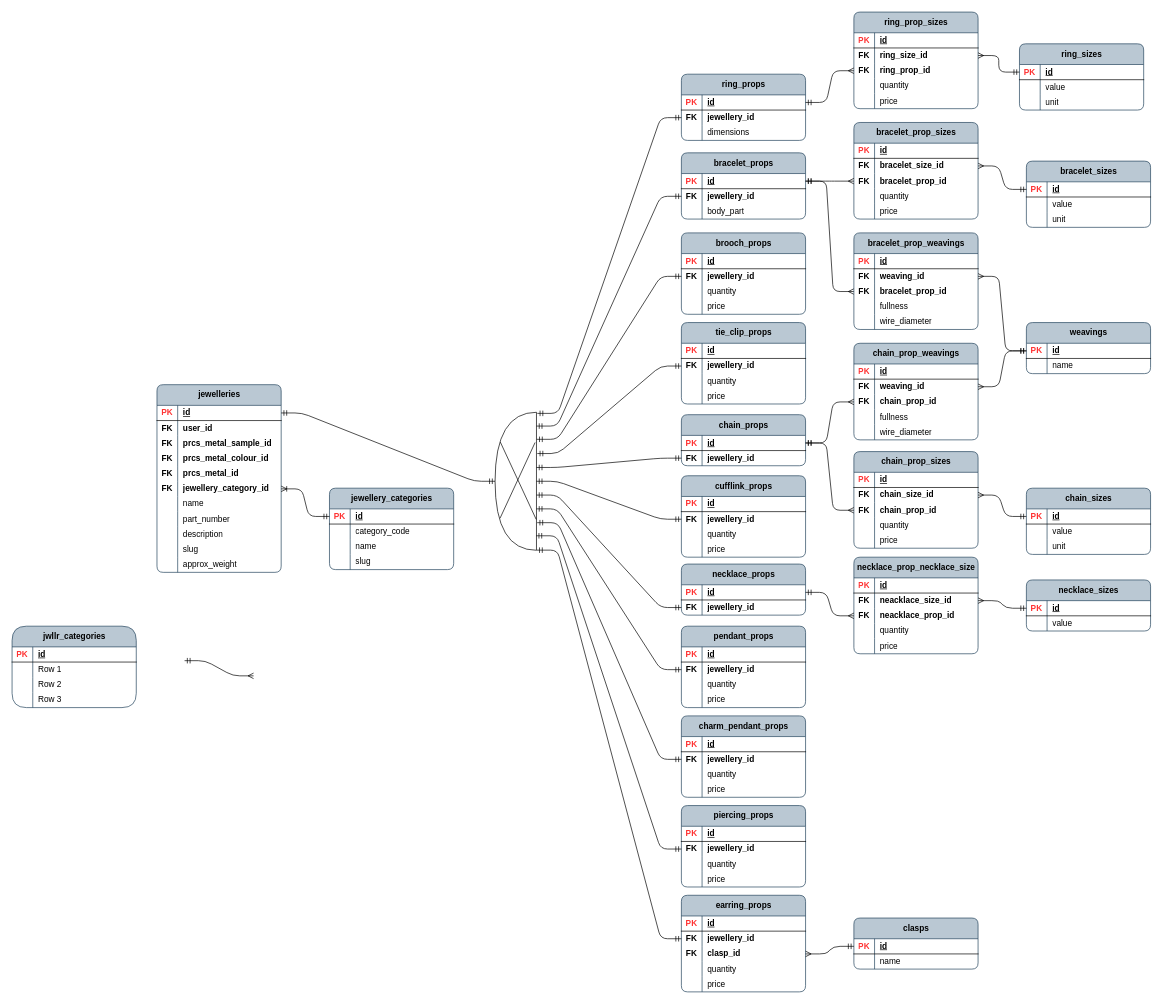
Before: page "categories" (6 of 6) of jewellery_items.drawio in acwstudio/app-ben-brumm, a draw.io diagram. Source tidied: cells renumbered, new cells numbered last; positions are measured from the earlier drawing's top-left corner, leaving out a move shared by most shapes. Both pictures are drawn from the tidied source at 69%, with x=0, y=0 at pixel (12, 12).
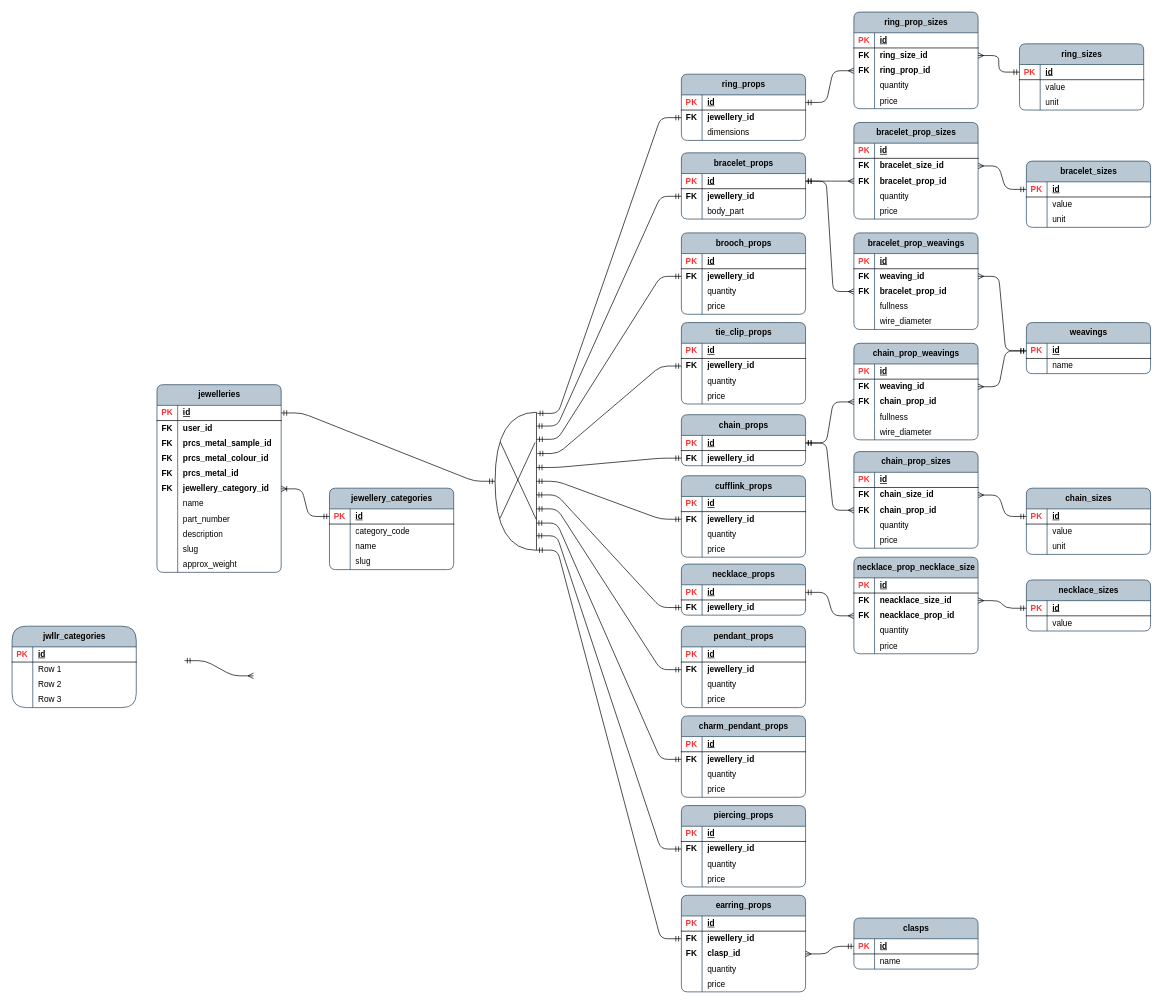
Above is the later version.

Unchanged cells that the change refers to:
```xml
<mxCell id="63" style="shape=or;whiteSpace=wrap;html=1;fillColor=none;direction=west;" parent="1" vertex="1">
  <mxGeometry x="700" y="580" width="60" height="200" as="geometry" />
</mxCell>
<mxCell id="271" style="shape=tableRow;horizontal=0;startSize=0;swimlaneHead=0;swimlaneBody=0;fillColor=none;points=[[0,0.5],[1,0.5]];portConstraint=eastwest;top=0;left=0;right=0;bottom=0;rounded=0;" parent="267" vertex="1">
  <mxGeometry y="52" width="180" height="22" as="geometry" />
</mxCell>
<mxCell id="346" style="shape=tableRow;horizontal=0;startSize=0;swimlaneHead=0;swimlaneBody=0;fillColor=none;points=[[0,0.5],[1,0.5]];portConstraint=eastwest;top=0;left=0;right=0;bottom=0;rounded=0;" parent="342" vertex="1">
  <mxGeometry y="52" width="180" height="22" as="geometry" />
</mxCell>
```

Change to the diagram source:
```diff
@@
-    <mxCell id="298" style="edgeStyle=entityRelationEdgeStyle;fontSize=12;html=1;endArrow=ERmandOne;startArrow=ERmandOne;rounded=1;curved=0;entryX=0;entryY=0.5;entryDx=0;entryDy=0;arcSize=20;segment=30;" parent="1" edge="1" target="271">
-      <mxGeometry relative="1" as="geometry">
-        <mxPoint x="760" y="700" as="sourcePoint" />
-      </mxGeometry>
+    <mxCell id="298" style="edgeStyle=entityRelationEdgeStyle;fontSize=12;html=1;endArrow=ERmandOne;startArrow=ERmandOne;rounded=1;curved=0;entryX=0;entryY=0.5;entryDx=0;entryDy=0;arcSize=20;segment=30;exitX=0.007;exitY=0.401;exitDx=0;exitDy=0;exitPerimeter=0;" parent="1" edge="1" source="63" target="271">
+      <mxGeometry relative="1" as="geometry" />
     </mxCell>
@@
-    <mxCell id="356" style="edgeStyle=entityRelationEdgeStyle;fontSize=12;html=1;endArrow=ERmandOne;startArrow=ERmandOne;rounded=1;curved=0;entryX=0;entryY=0.5;entryDx=0;entryDy=0;arcSize=20;segment=30;" parent="1" edge="1" target="346">
-      <mxGeometry relative="1" as="geometry">
-        <mxPoint x="761" y="740" as="sourcePoint" />
-      </mxGeometry>
+    <mxCell id="356" style="edgeStyle=entityRelationEdgeStyle;fontSize=12;html=1;endArrow=ERmandOne;startArrow=ERmandOne;rounded=1;curved=0;entryX=0;entryY=0.5;entryDx=0;entryDy=0;arcSize=20;segment=30;exitX=0.007;exitY=0.197;exitDx=0;exitDy=0;exitPerimeter=0;" parent="1" edge="1" source="63" target="346">
+      <mxGeometry relative="1" as="geometry" />
     </mxCell>
```
